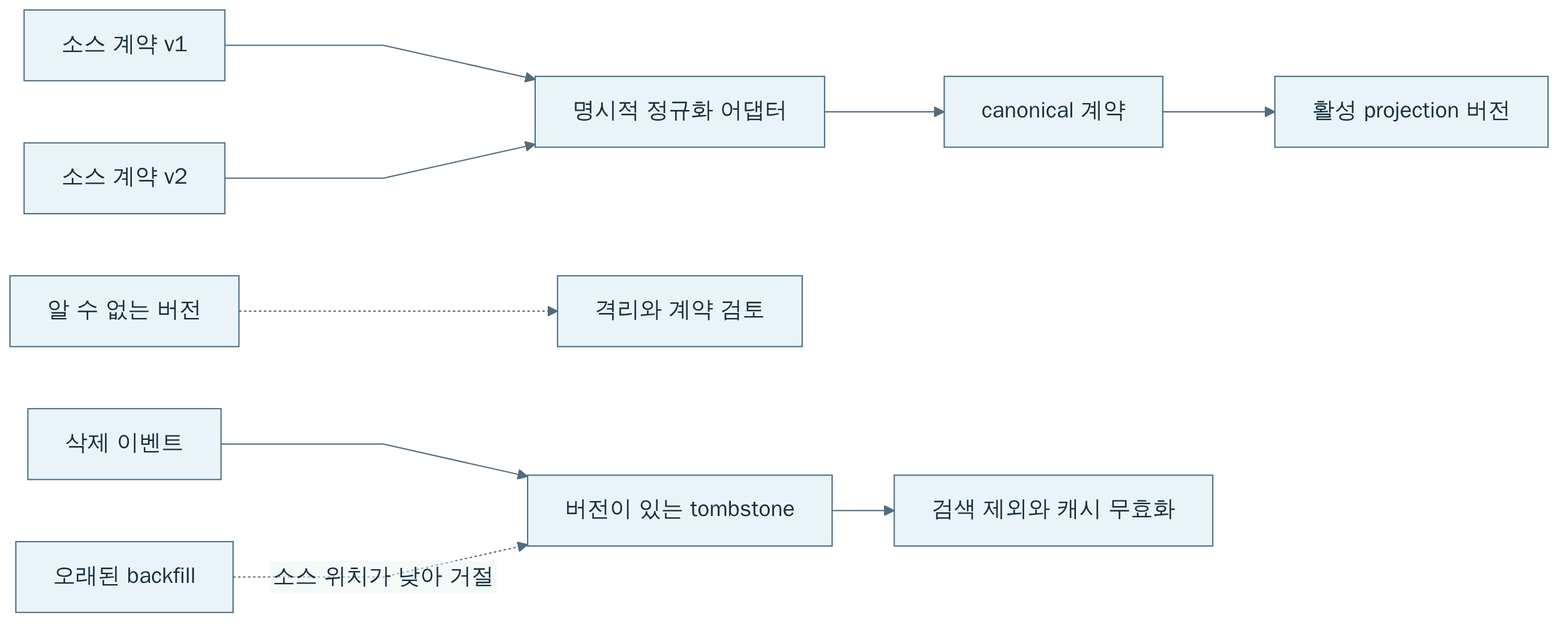
Earlier version of the Mermaid export assets/diagrams/frame-1-3.png (jay-jang/preparing-fde). Its source is kept beside it as assets/diagrams/frame-1-3.mmd. Source of this version:
```mermaid
flowchart LR
  V1["소스 계약 v1"] --> N["명시적 정규화 어댑터"]
  V2["소스 계약 v2"] --> N
  N --> C["canonical 계약"]
  C --> P["활성 projection 버전"]
  U["알 수 없는 버전"] -.-> Q["격리와 계약 검토"]
  D["삭제 이벤트"] --> T["버전이 있는 tombstone"]
  T --> R["검색 제외와 캐시 무효화"]
  B["오래된 backfill"] -. "소스 위치가 낮아 거절" .-> T
```
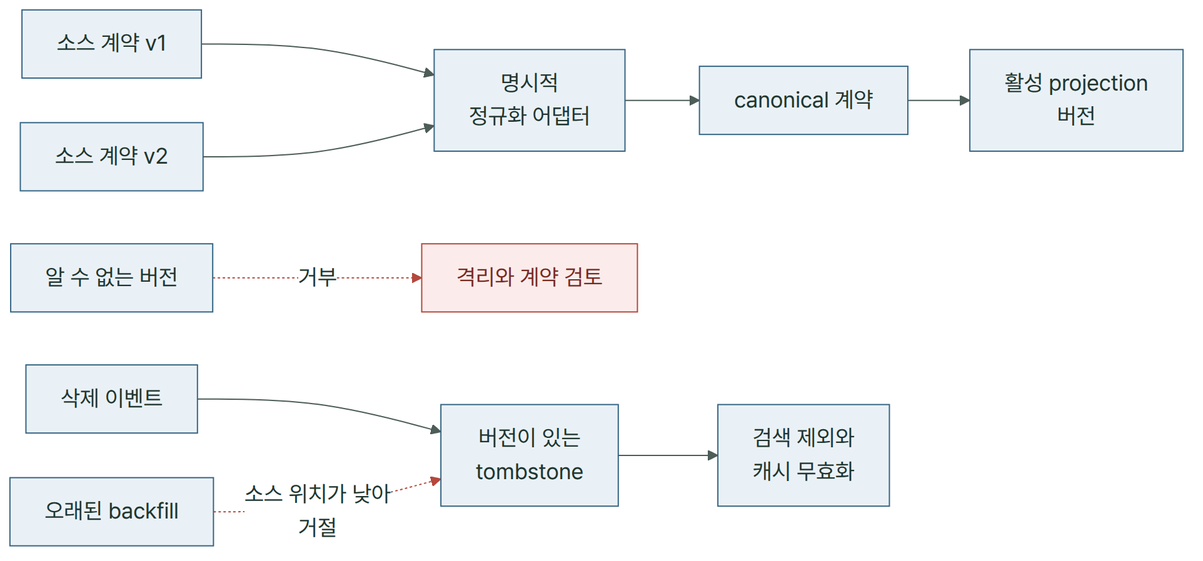
Later version of the same file.

Change to the diagram source:
```diff
@@ -1,9 +1,12 @@
 flowchart LR
-  V1["소스 계약 v1"] --> N["명시적 정규화 어댑터"]
+  V1["소스 계약 v1"] --> N["명시적<br/>정규화 어댑터"]
   V2["소스 계약 v2"] --> N
   N --> C["canonical 계약"]
-  C --> P["활성 projection 버전"]
-  U["알 수 없는 버전"] -.-> Q["격리와 계약 검토"]
-  D["삭제 이벤트"] --> T["버전이 있는 tombstone"]
-  T --> R["검색 제외와 캐시 무효화"]
-  B["오래된 backfill"] -. "소스 위치가 낮아 거절" .-> T
+  C --> P["활성 projection<br/>버전"]
+  U["알 수 없는 버전"] -. "거부" .-> Q["격리와 계약 검토"]
+  D["삭제 이벤트"] --> T["버전이 있는<br/>tombstone"]
+  T --> R["검색 제외와<br/>캐시 무효화"]
+  B["오래된 backfill"] -. "소스 위치가 낮아<br/>거절" .-> T
+  classDef fail fill:#fbeceb,stroke:#b4483c,color:#7a2a22
+  class Q fail
+  linkStyle 4,7 stroke:#b4483c
```
